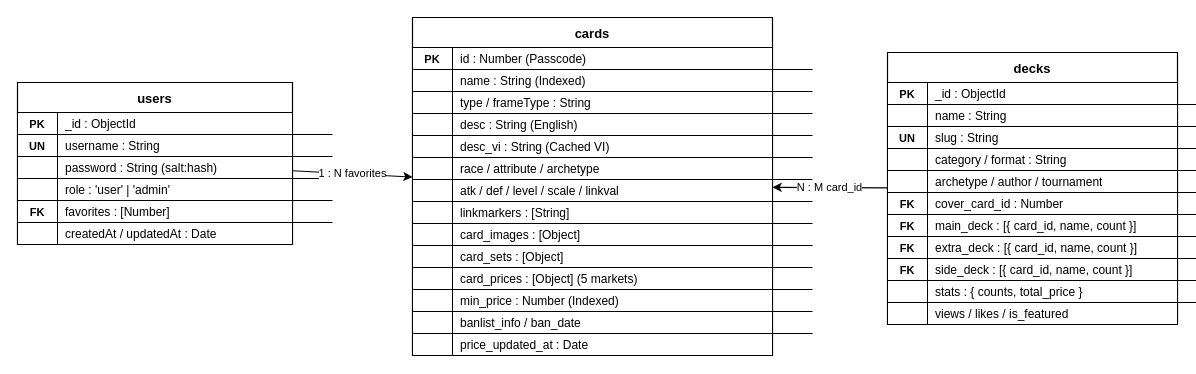
Before: Tai lieu/Draw.io/SRS_1_5_Entity_Relationship.drawio in minhthanh1806/PROJECT_SDN, a draw.io diagram. Source tidied: cells renumbered, new cells numbered last; positions are measured from the earlier drawing's top-left corner, leaving out a move shared by most shapes. Both pictures are drawn from the tidied source at 100%, with x=0, y=0 at pixel (17, 17).
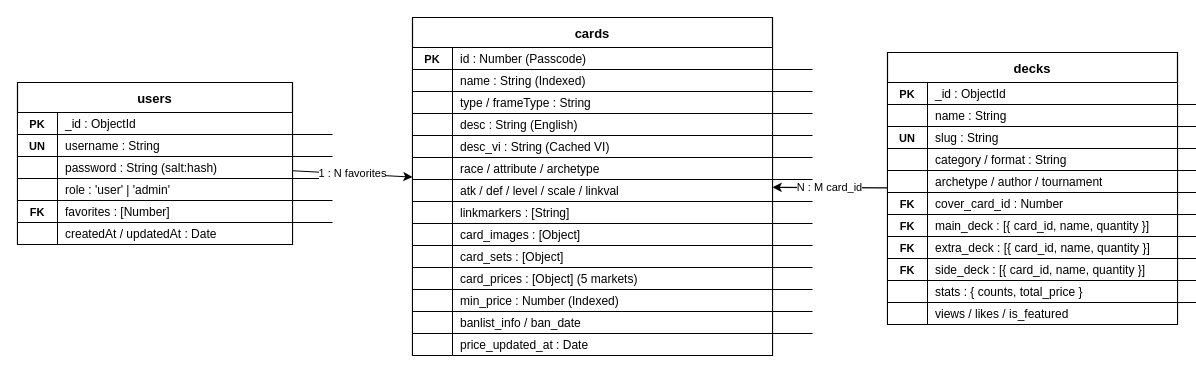
The same diagram, later.

Unchanged cells that the change refers to:
```xml
<mxCell id="83" style="shape=tableRow;horizontal=0;fillColor=#ffffff;strokeColor=#000000;" parent="64" vertex="1">
  <mxGeometry y="162" width="290" height="22" as="geometry" />
</mxCell>
<mxCell id="86" style="shape=tableRow;horizontal=0;fillColor=#ffffff;strokeColor=#000000;" parent="64" vertex="1">
  <mxGeometry y="184" width="290" height="22" as="geometry" />
</mxCell>
<mxCell id="89" style="shape=tableRow;horizontal=0;fillColor=#ffffff;strokeColor=#000000;" parent="64" vertex="1">
  <mxGeometry y="206" width="290" height="22" as="geometry" />
</mxCell>
```

The edit, as a diff of the source:
```diff
@@
-    <mxCell id="85" value="main_deck : [{ card_id, name, count }]" style="shape=partialRectangle;fillColor=#ffffff;align=left;spacingLeft=6;fontSize=12;fontColor=#000000;strokeColor=#000000;" parent="83" vertex="1">
+    <mxCell id="85" value="main_deck : [{ card_id, name, quantity }]" style="shape=partialRectangle;fillColor=#ffffff;align=left;spacingLeft=6;fontSize=12;fontColor=#000000;strokeColor=#000000;" parent="83" vertex="1">
       <mxGeometry x="40" width="250" height="22" as="geometry" />
     </mxCell>
@@
-    <mxCell id="88" value="extra_deck : [{ card_id, name, count }]" style="shape=partialRectangle;fillColor=#ffffff;align=left;spacingLeft=6;fontSize=12;fontColor=#000000;strokeColor=#000000;" parent="86" vertex="1">
+    <mxCell id="88" value="extra_deck : [{ card_id, name, quantity }]" style="shape=partialRectangle;fillColor=#ffffff;align=left;spacingLeft=6;fontSize=12;fontColor=#000000;strokeColor=#000000;" parent="86" vertex="1">
       <mxGeometry x="40" width="250" height="22" as="geometry" />
     </mxCell>
@@
-    <mxCell id="91" value="side_deck : [{ card_id, name, count }]" style="shape=partialRectangle;fillColor=#ffffff;align=left;spacingLeft=6;fontSize=12;fontColor=#000000;strokeColor=#000000;" parent="89" vertex="1">
+    <mxCell id="91" value="side_deck : [{ card_id, name, quantity }]" style="shape=partialRectangle;fillColor=#ffffff;align=left;spacingLeft=6;fontSize=12;fontColor=#000000;strokeColor=#000000;" parent="89" vertex="1">
       <mxGeometry x="40" width="250" height="22" as="geometry" />
     </mxCell>
```
